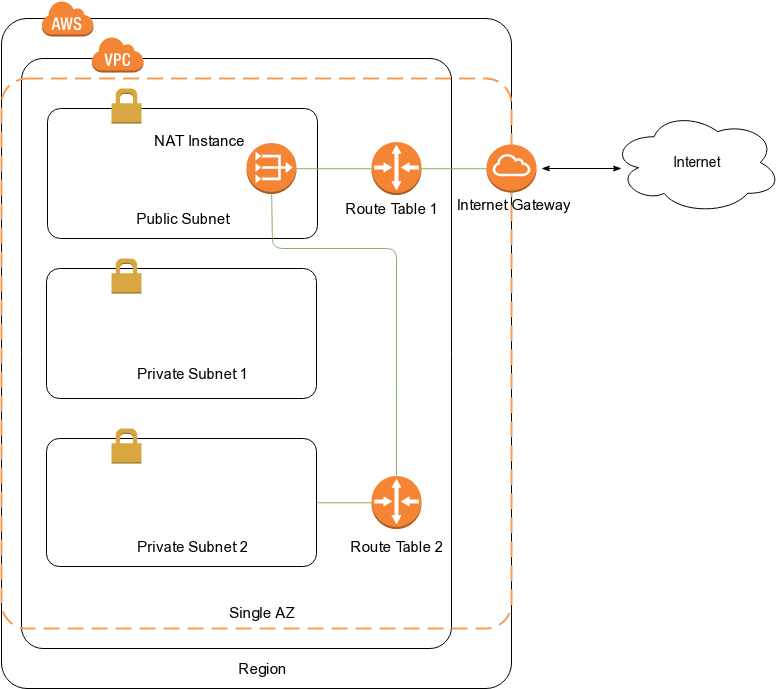
Earlier version of the draw.io export media/crawler/ten-thousand-feet-aws.png (rihenperry/csuci-mscs-thesis-dist-web-crawler). Source tidied: cells renumbered, new cells last; positions are measured from the earlier drawing's top-left corner, leaving out a move shared by most shapes.
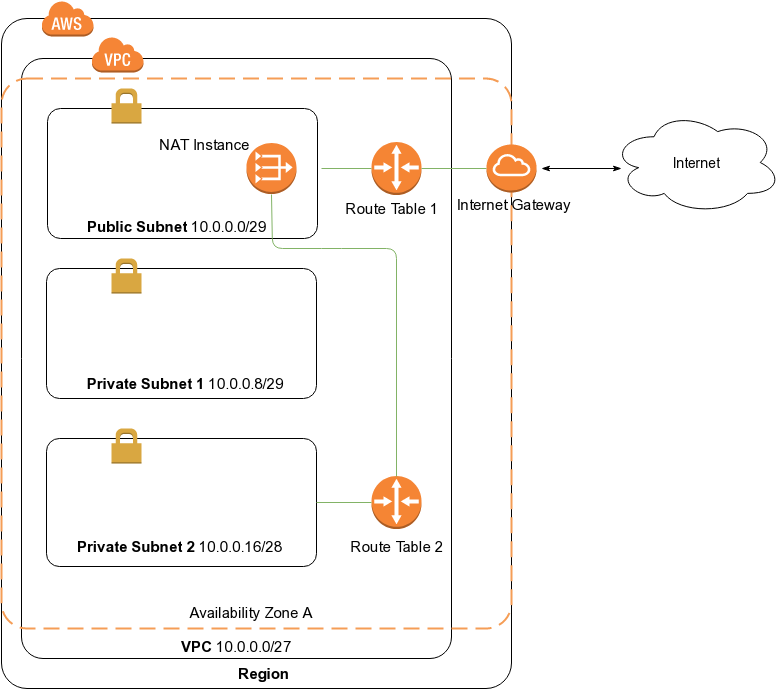
After the change.

What changed in the source:
```diff
@@ -9,7 +9,7 @@
       <mxGeometry x="40" width="52" height="36" as="geometry" />
     </mxCell>
     <mxCell id="4" style="rounded=1;arcSize=5;dashed=0;strokeColor=#000000;fillColor=none;gradientColor=none;strokeWidth=1;" parent="1" vertex="1">
-      <mxGeometry x="20" y="58" width="430" height="590" as="geometry" />
+      <mxGeometry x="20" y="58" width="430" height="600" as="geometry" />
     </mxCell>
     <mxCell id="5" style="dashed=0;html=1;shape=mxgraph.aws3.virtual_private_cloud;fillColor=#F58536;gradientColor=none;dashed=0;" parent="1" vertex="1">
       <mxGeometry x="90" y="36" width="52" height="36" as="geometry" />
@@ -44,20 +44,20 @@
     <mxCell id="15" style="outlineConnect=0;dashed=0;verticalLabelPosition=bottom;verticalAlign=top;align=center;html=1;shape=mxgraph.aws3.internet_gateway;fillColor=#F58534;gradientColor=none;" parent="1" vertex="1">
       <mxGeometry x="485" y="144" width="50" height="48" as="geometry" />
     </mxCell>
-    <mxCell id="16" value="Region" style="text;html=1;strokeColor=none;fillColor=none;align=center;verticalAlign=middle;whiteSpace=wrap;rounded=0;fontStyle=0;fontSize=15;" parent="1" vertex="1">
-      <mxGeometry x="235" y="658" width="50" height="20" as="geometry" />
+    <mxCell id="16" value="&lt;b&gt;Region&lt;/b&gt;" style="text;html=1;strokeColor=none;fillColor=none;align=center;verticalAlign=middle;whiteSpace=wrap;rounded=0;fontStyle=0;fontSize=15;" parent="1" vertex="1">
+      <mxGeometry x="225" y="658" width="75" height="30" as="geometry" />
     </mxCell>
-    <mxCell id="17" value="Single AZ" style="text;html=1;strokeColor=none;fillColor=none;align=center;verticalAlign=middle;whiteSpace=wrap;rounded=0;fontSize=15;" parent="1" vertex="1">
-      <mxGeometry x="206" y="600" width="110" height="24" as="geometry" />
+    <mxCell id="17" value="Availability Zone A" style="text;html=1;strokeColor=none;fillColor=none;align=center;verticalAlign=middle;whiteSpace=wrap;rounded=0;fontSize=15;" parent="1" vertex="1">
+      <mxGeometry x="183" y="600" width="134" height="24" as="geometry" />
     </mxCell>
-    <mxCell id="18" value="Private Subnet 2" style="text;html=1;strokeColor=none;fillColor=none;align=center;verticalAlign=middle;whiteSpace=wrap;rounded=0;fontSize=15;" parent="1" vertex="1">
-      <mxGeometry x="132" y="536" width="118" height="20" as="geometry" />
+    <mxCell id="18" value="&lt;b&gt;Private Subnet 2&lt;/b&gt; 10.0.0.16/28" style="text;html=1;strokeColor=none;fillColor=none;align=center;verticalAlign=middle;whiteSpace=wrap;rounded=0;fontSize=15;" parent="1" vertex="1">
+      <mxGeometry x="70" y="536" width="215" height="20" as="geometry" />
     </mxCell>
-    <mxCell id="19" value="Private Subnet 1" style="text;html=1;strokeColor=none;fillColor=none;align=center;verticalAlign=middle;whiteSpace=wrap;rounded=0;fontSize=15;" parent="1" vertex="1">
-      <mxGeometry x="132" y="363" width="118" height="20" as="geometry" />
+    <mxCell id="19" value="&lt;b&gt;Private Subnet 1&lt;/b&gt; 10.0.0.8/29" style="text;html=1;strokeColor=none;fillColor=none;align=center;verticalAlign=middle;whiteSpace=wrap;rounded=0;fontSize=15;" parent="1" vertex="1">
+      <mxGeometry x="81" y="373" width="204" height="20" as="geometry" />
     </mxCell>
-    <mxCell id="20" value="Public Subnet" style="text;html=1;strokeColor=none;fillColor=none;align=center;verticalAlign=middle;whiteSpace=wrap;rounded=0;fontSize=15;" parent="1" vertex="1">
-      <mxGeometry x="127" y="208" width="108" height="20" as="geometry" />
+    <mxCell id="20" value="&lt;b&gt;Public Subnet&lt;/b&gt; 10.0.0.0/29" style="text;html=1;strokeColor=none;fillColor=none;align=center;verticalAlign=middle;whiteSpace=wrap;rounded=0;fontSize=15;" parent="1" vertex="1">
+      <mxGeometry x="72.5" y="216" width="203" height="20" as="geometry" />
     </mxCell>
     <mxCell id="21" value="Internet" style="ellipse;shape=cloud;whiteSpace=wrap;html=1;rounded=1;shadow=0;glass=0;comic=0;strokeWidth=1;fontSize=14;" parent="1" vertex="1">
       <mxGeometry x="610" y="110.5" width="170" height="103" as="geometry" />
@@ -74,11 +74,13 @@
     <mxCell id="23" style="outlineConnect=0;dashed=0;verticalLabelPosition=bottom;verticalAlign=top;align=center;html=1;shape=mxgraph.aws3.router;fillColor=#F58534;gradientColor=none;" parent="1" vertex="1">
       <mxGeometry x="370" y="141.5" width="50" height="53" as="geometry" />
     </mxCell>
-    <mxCell id="24" style="endArrow=none;html=1;fontSize=14;exitX=1;exitY=0.5;exitDx=0;exitDy=0;exitPerimeter=0;entryX=0;entryY=0.5;entryDx=0;entryDy=0;entryPerimeter=0;fillColor=#d5e8d4;strokeColor=#82b366;" parent="1" edge="1" source="13" target="23">
-      <mxGeometry relative="1" as="geometry" />
+    <mxCell id="24" style="endArrow=none;html=1;fontSize=14;entryX=0;entryY=0.5;entryDx=0;entryDy=0;entryPerimeter=0;fillColor=#d5e8d4;strokeColor=#82b366;" parent="1" edge="1" target="23">
+      <mxGeometry relative="1" as="geometry">
+        <mxPoint x="320" y="168" as="sourcePoint" />
+      </mxGeometry>
     </mxCell>
     <mxCell id="25" value="NAT Instance" style="text;html=1;strokeColor=none;fillColor=none;align=center;verticalAlign=middle;whiteSpace=wrap;rounded=0;shadow=0;glass=0;comic=0;fontSize=15;" parent="1" vertex="1">
-      <mxGeometry x="150" y="128" width="95" height="24" as="geometry" />
+      <mxGeometry x="155" y="132" width="95" height="24" as="geometry" />
     </mxCell>
     <mxCell id="26" style="endArrow=none;html=1;fontSize=14;exitX=0;exitY=0.5;exitDx=0;exitDy=0;exitPerimeter=0;fillColor=#d5e8d4;strokeColor=#82b366;" parent="1" edge="1" source="14" target="11">
       <mxGeometry relative="1" as="geometry" />
@@ -101,5 +103,8 @@
     <mxCell id="31" value="Route Table 1" style="text;html=1;strokeColor=none;fillColor=none;align=center;verticalAlign=middle;whiteSpace=wrap;rounded=0;shadow=0;glass=0;comic=0;fontSize=15;" parent="1" vertex="1">
       <mxGeometry x="340" y="198" width="100" height="20" as="geometry" />
     </mxCell>
+    <mxCell id="32" value="&lt;b&gt;VPC&lt;/b&gt; 10.0.0.0/27" style="text;html=1;strokeColor=none;fillColor=none;align=center;verticalAlign=middle;whiteSpace=wrap;rounded=0;fontSize=15;" parent="1" vertex="1">
+      <mxGeometry x="174" y="636" width="120" height="20" as="geometry" />
+    </mxCell>
   </root>
 </mxGraphModel>
```
